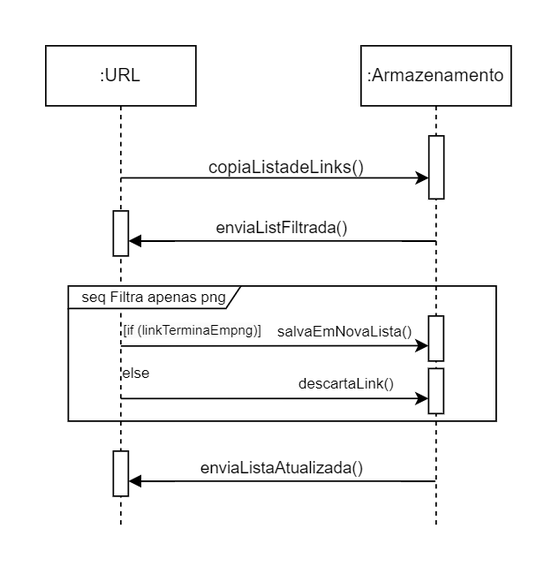
Earlier version of the draw.io export Filtrar URL.png (AlvarocJesus/Projeto_Crawler_MSoftwareOO). Source tidied: cells renumbered, new cells last; positions are measured from the earlier drawing's top-left corner, leaving out a move shared by most shapes.
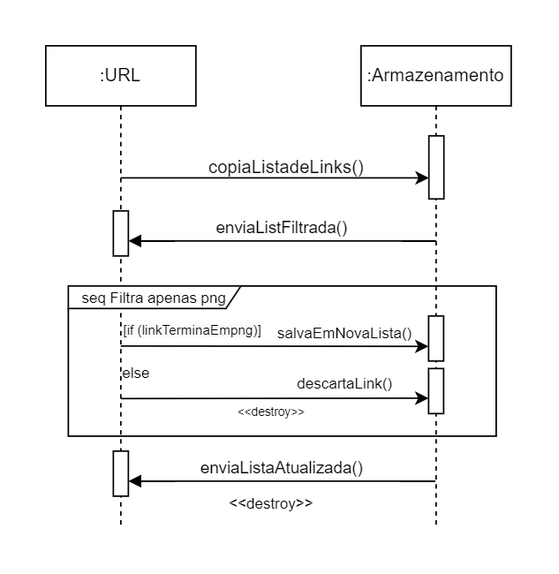
Later version of the same file.

Commit message:
Diagramas atualizados

Diff of the diagram source:
```diff
@@ -68,7 +68,7 @@
       </mxGeometry>
     </mxCell>
     <mxCell id="16" value="&lt;font style=&quot;font-size: 10px;&quot;&gt;seq Filtra apenas png&lt;/font&gt;" style="shape=umlFrame;whiteSpace=wrap;html=1;width=115;height=15;" parent="1" vertex="1">
-      <mxGeometry x="15" y="160" width="285" height="90" as="geometry" />
+      <mxGeometry x="15" y="160" width="285" height="100" as="geometry" />
     </mxCell>
     <mxCell id="17" style="html=1;points=[];perimeter=orthogonalPerimeter;outlineConnect=0;targetShapes=umlLifeline;portConstraint=eastwest;newEdgeStyle={&quot;edgeStyle&quot;:&quot;elbowEdgeStyle&quot;,&quot;elbow&quot;:&quot;vertical&quot;,&quot;curved&quot;:0,&quot;rounded&quot;:0};" parent="1" vertex="1">
       <mxGeometry x="255" y="180" width="10" height="30" as="geometry" />
@@ -79,5 +79,11 @@
     <mxCell id="19" value="&lt;font style=&quot;font-size: 10px;&quot;&gt;else&lt;/font&gt;" style="text;html=1;align=center;verticalAlign=middle;strokeColor=none;fillColor=none;" parent="1" vertex="1">
       <mxGeometry x="40" y="203" width="40" height="30" as="geometry" />
     </mxCell>
+    <mxCell id="20" value="&lt;font style=&quot;font-size: 8px;&quot;&gt;&amp;lt;&amp;lt;destroy&amp;gt;&amp;gt;&lt;/font&gt;" style="text;html=1;align=center;verticalAlign=middle;strokeColor=none;fillColor=none;" parent="1" vertex="1">
+      <mxGeometry x="115" y="228" width="70" height="30" as="geometry" />
+    </mxCell>
+    <mxCell id="21" value="&lt;font style=&quot;font-size: 10px;&quot;&gt;&amp;lt;&amp;lt;destroy&amp;gt;&amp;gt;&lt;/font&gt;" style="text;html=1;align=center;verticalAlign=middle;strokeColor=none;fillColor=none;" parent="1" vertex="1">
+      <mxGeometry x="110" y="290" width="80" height="30" as="geometry" />
+    </mxCell>
   </root>
 </mxGraphModel>
```
